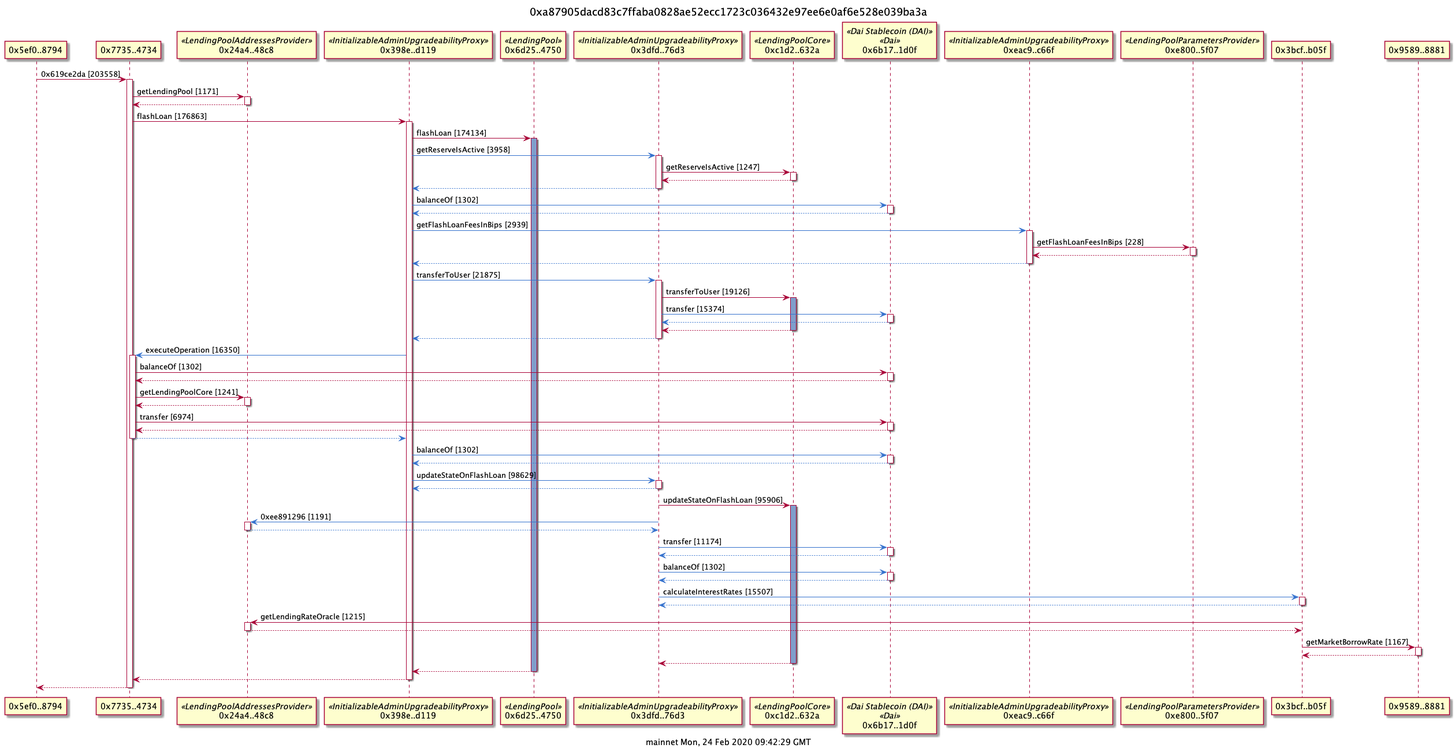
naddison36/tx2uml keeps this PlantUML diagram as examples/aaveFlashLoan.png. Above is the earlier version. The source it was exported from:
```plantuml
@startuml
title 0xa87905dacd83c7ffaba0828ae52ecc1723c036432e97ee6e0af6e528e039ba3a
caption mainnet Mon, 24 Feb 2020 09:42:29 GMT
participant "0x5ef0..8794" as 5ef08794
participant "0x7735..4734" as 77354734
participant "0x24a4..48c8" as 24a448c8 <<LendingPoolAddressesProvider>>
participant "0x398e..d119" as 398ed119 <<InitializableAdminUpgradeabilityProxy>>
participant "0x6d25..4750" as 6d254750 <<LendingPool>>
participant "0x3dfd..76d3" as 3dfd76d3 <<InitializableAdminUpgradeabilityProxy>>
participant "0xc1d2..632a" as c1d2632a <<LendingPoolCore>>
participant "0x6b17..1d0f" as 6b171d0f <<Dai Stablecoin (DAI)>><<Dai>>
participant "0xeac9..c66f" as eac9c66f <<InitializableAdminUpgradeabilityProxy>>
participant "0xe800..5f07" as e8005f07 <<LendingPoolParametersProvider>>
participant "0x3bcf..b05f" as 3bcfb05f
participant "0x9589..8881" as 95898881

5ef08794 -> 77354734: 0x619ce2da [203558]
activate 77354734
77354734 -> 24a448c8: getLendingPool [1171]
activate 24a448c8
return
77354734 -> 398ed119: flashLoan [176863]
activate 398ed119
398ed119 -> 6d254750: flashLoan [174134]
activate 6d254750 #809ECB
398ed119 -[#3471CD]> 3dfd76d3: getReserveIsActive [3958]
activate 3dfd76d3
3dfd76d3 -> c1d2632a: getReserveIsActive [1247]
activate c1d2632a
return
return
398ed119 -[#3471CD]> 6b171d0f: balanceOf [1302]
activate 6b171d0f
return
398ed119 -[#3471CD]> eac9c66f: getFlashLoanFeesInBips [2939]
activate eac9c66f
eac9c66f -> e8005f07: getFlashLoanFeesInBips [228]
activate e8005f07
return
return
398ed119 -[#3471CD]> 3dfd76d3: transferToUser [21875]
activate 3dfd76d3
3dfd76d3 -> c1d2632a: transferToUser [19126]
activate c1d2632a #809ECB
3dfd76d3 -[#3471CD]> 6b171d0f: transfer [15374]
activate 6b171d0f
return
return
return
398ed119 -[#3471CD]> 77354734: executeOperation [16350]
activate 77354734
77354734 -> 6b171d0f: balanceOf [1302]
activate 6b171d0f
return
77354734 -> 24a448c8: getLendingPoolCore [1241]
activate 24a448c8
return
77354734 -> 6b171d0f: transfer [6974]
activate 6b171d0f
return
return
398ed119 -[#3471CD]> 6b171d0f: balanceOf [1302]
activate 6b171d0f
return
398ed119 -[#3471CD]> 3dfd76d3: updateStateOnFlashLoan [98629]
activate 3dfd76d3
return
3dfd76d3 -> c1d2632a: updateStateOnFlashLoan [95906]
activate c1d2632a #809ECB
3dfd76d3 -[#3471CD]> 24a448c8: 0xee891296 [1191]
activate 24a448c8
return
3dfd76d3 -[#3471CD]> 6b171d0f: transfer [11174]
activate 6b171d0f
return
3dfd76d3 -[#3471CD]> 6b171d0f: balanceOf [1302]
activate 6b171d0f
return
3dfd76d3 -[#3471CD]> 3bcfb05f: calculateInterestRates [15507]
activate 3bcfb05f
return
3bcfb05f -> 24a448c8: getLendingRateOracle [1215]
activate 24a448c8
return
3bcfb05f -> 95898881: getMarketBorrowRate [1167]
activate 95898881
return
return
return
return
return

@endumls
```
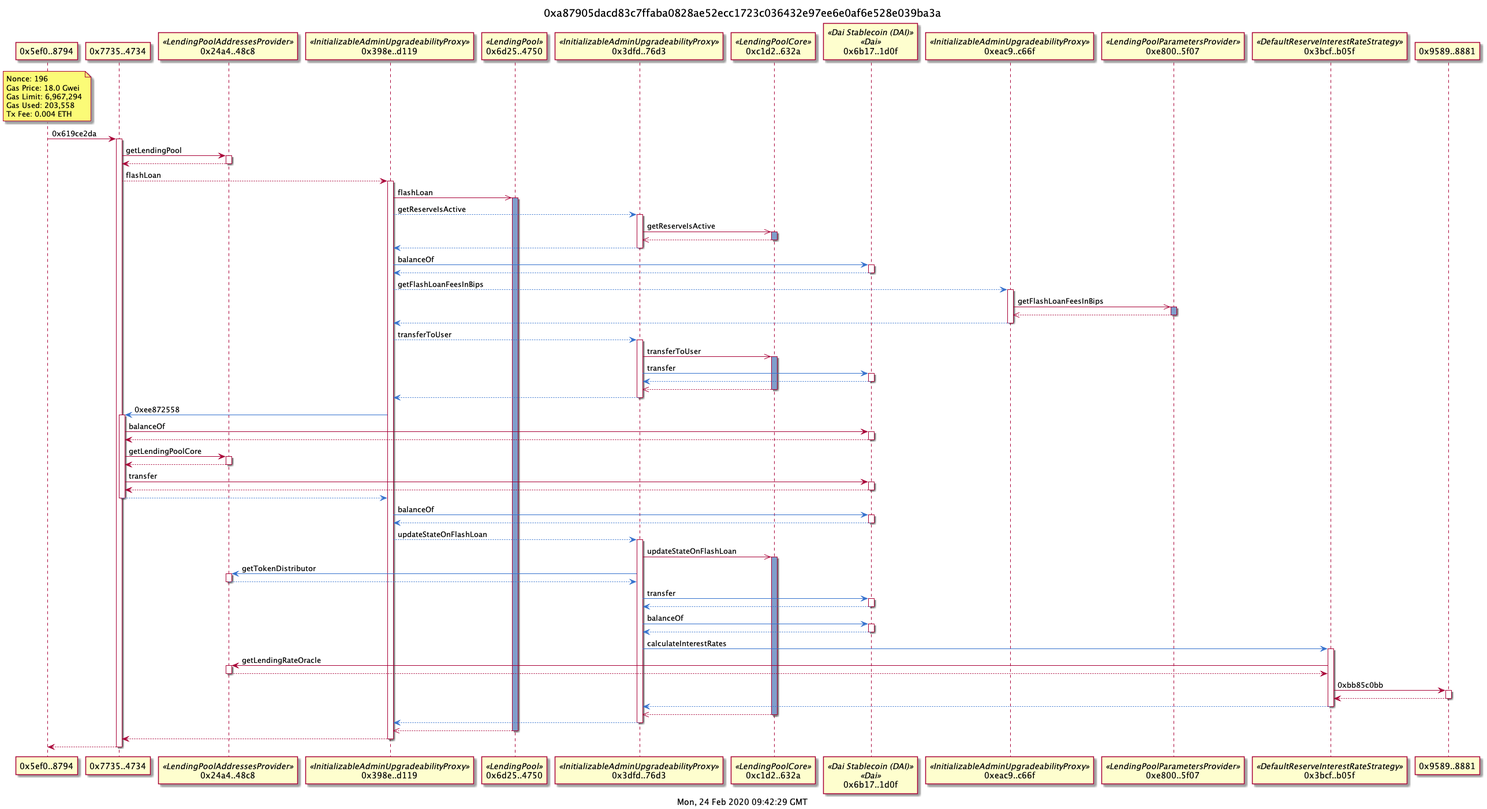
Above is the later version.

Diff of the diagram source:
```diff
@@ -1,6 +1,6 @@
 @startuml
 title 0xa87905dacd83c7ffaba0828ae52ecc1723c036432e97ee6e0af6e528e039ba3a
-caption mainnet Mon, 24 Feb 2020 09:42:29 GMT
+caption  Mon, 24 Feb 2020 09:42:29 GMT
 participant "0x5ef0..8794" as 5ef08794
 participant "0x7735..4734" as 77354734
 participant "0x24a4..48c8" as 24a448c8 <<LendingPoolAddressesProvider>>
@@ -11,79 +11,87 @@
 participant "0x6b17..1d0f" as 6b171d0f <<Dai Stablecoin (DAI)>><<Dai>>
 participant "0xeac9..c66f" as eac9c66f <<InitializableAdminUpgradeabilityProxy>>
 participant "0xe800..5f07" as e8005f07 <<LendingPoolParametersProvider>>
-participant "0x3bcf..b05f" as 3bcfb05f
+participant "0x3bcf..b05f" as 3bcfb05f <<DefaultReserveInterestRateStrategy>>
 participant "0x9589..8881" as 95898881
 
-5ef08794 -> 77354734: 0x619ce2da [203558]
+note over 5ef08794
+Nonce: 196
+Gas Price: 18.0 Gwei
+Gas Limit: 6,967,294
+Gas Used: 203,558
+Tx Fee: 0.004 ETH
+end note
+
+5ef08794 -> 77354734: 0x619ce2da
 activate 77354734
-77354734 -> 24a448c8: getLendingPool [1171]
+77354734 -> 24a448c8: getLendingPool
 activate 24a448c8
 return
-77354734 -> 398ed119: flashLoan [176863]
+77354734 --> 398ed119: flashLoan
 activate 398ed119
-398ed119 -> 6d254750: flashLoan [174134]
+398ed119 ->> 6d254750: flashLoan
 activate 6d254750 #809ECB
-398ed119 -[#3471CD]> 3dfd76d3: getReserveIsActive [3958]
+398ed119 --[#3471CD]> 3dfd76d3: getReserveIsActive
 activate 3dfd76d3
-3dfd76d3 -> c1d2632a: getReserveIsActive [1247]
-activate c1d2632a
+3dfd76d3 ->> c1d2632a: getReserveIsActive
+activate c1d2632a #809ECB
 return
 return
-398ed119 -[#3471CD]> 6b171d0f: balanceOf [1302]
+398ed119 -[#3471CD]> 6b171d0f: balanceOf
 activate 6b171d0f
 return
-398ed119 -[#3471CD]> eac9c66f: getFlashLoanFeesInBips [2939]
+398ed119 --[#3471CD]> eac9c66f: getFlashLoanFeesInBips
 activate eac9c66f
-eac9c66f -> e8005f07: getFlashLoanFeesInBips [228]
-activate e8005f07
+eac9c66f ->> e8005f07: getFlashLoanFeesInBips
+activate e8005f07 #809ECB
 return
 return
-398ed119 -[#3471CD]> 3dfd76d3: transferToUser [21875]
+398ed119 --[#3471CD]> 3dfd76d3: transferToUser
 activate 3dfd76d3
-3dfd76d3 -> c1d2632a: transferToUser [19126]
+3dfd76d3 ->> c1d2632a: transferToUser
 activate c1d2632a #809ECB
-3dfd76d3 -[#3471CD]> 6b171d0f: transfer [15374]
+3dfd76d3 -[#3471CD]> 6b171d0f: transfer
 activate 6b171d0f
 return
 return
 return
-398ed119 -[#3471CD]> 77354734: executeOperation [16350]
+398ed119 -[#3471CD]> 77354734: 0xee872558
 activate 77354734
-77354734 -> 6b171d0f: balanceOf [1302]
+77354734 -> 6b171d0f: balanceOf
 activate 6b171d0f
 return
-77354734 -> 24a448c8: getLendingPoolCore [1241]
+77354734 -> 24a448c8: getLendingPoolCore
 activate 24a448c8
 return
-77354734 -> 6b171d0f: transfer [6974]
+77354734 -> 6b171d0f: transfer
 activate 6b171d0f
 return
 return
-398ed119 -[#3471CD]> 6b171d0f: balanceOf [1302]
+398ed119 -[#3471CD]> 6b171d0f: balanceOf
 activate 6b171d0f
 return
-398ed119 -[#3471CD]> 3dfd76d3: updateStateOnFlashLoan [98629]
+398ed119 --[#3471CD]> 3dfd76d3: updateStateOnFlashLoan
 activate 3dfd76d3
-return
-3dfd76d3 -> c1d2632a: updateStateOnFlashLoan [95906]
+3dfd76d3 ->> c1d2632a: updateStateOnFlashLoan
 activate c1d2632a #809ECB
-3dfd76d3 -[#3471CD]> 24a448c8: 0xee891296 [1191]
+3dfd76d3 -[#3471CD]> 24a448c8: getTokenDistributor
 activate 24a448c8
 return
-3dfd76d3 -[#3471CD]> 6b171d0f: transfer [11174]
+3dfd76d3 -[#3471CD]> 6b171d0f: transfer
 activate 6b171d0f
 return
-3dfd76d3 -[#3471CD]> 6b171d0f: balanceOf [1302]
+3dfd76d3 -[#3471CD]> 6b171d0f: balanceOf
 activate 6b171d0f
 return
-3dfd76d3 -[#3471CD]> 3bcfb05f: calculateInterestRates [15507]
+3dfd76d3 -[#3471CD]> 3bcfb05f: calculateInterestRates
 activate 3bcfb05f
-return
-3bcfb05f -> 24a448c8: getLendingRateOracle [1215]
+3bcfb05f -> 24a448c8: getLendingRateOracle
 activate 24a448c8
 return
-3bcfb05f -> 95898881: getMarketBorrowRate [1167]
+3bcfb05f -> 95898881: 0xbb85c0bb
 activate 95898881
+return
+return
 return
 return
 return
```
